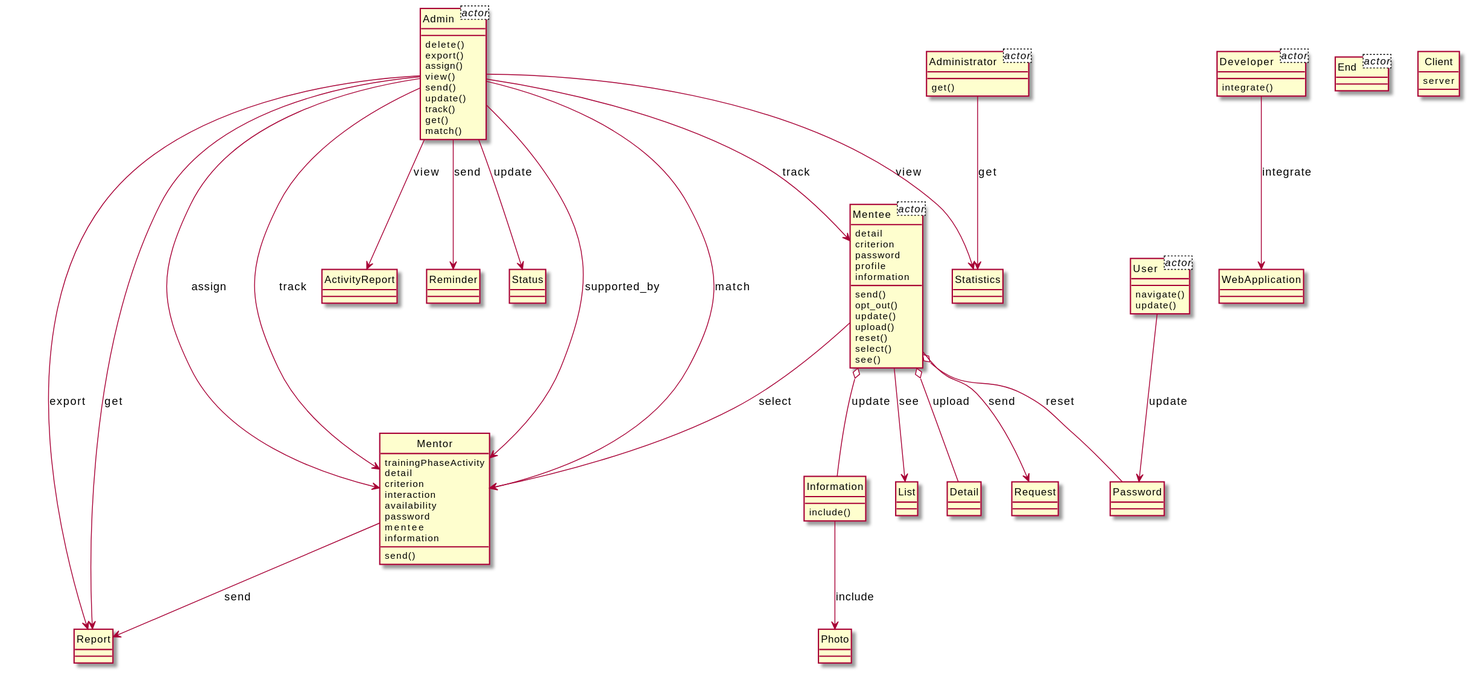
Earlier version of the PlantUML export output/diagram_5/2019-USC-Project13.svg (xixixhalu/DomainModelExtractor). Its diagram source:
```plantuml
@startuml
hide circle
class Admin<actor> {
}
class Mentee<actor> {
	detail
	criterion
	password
	profile
	information
}
class User<actor> {
}
class Developer<actor> {
}
class End<actor> {
}
class Administrator<actor> {
}
class Mentor {
	trainingPhaseActivity
	detail
	criterion
	interaction
	availability
	password
	mentee
	information
	send()
}
class Client {
	server
}
class Admin {
	delete()
	export()
	assign()
	view()
	send()
	update()
	track()
	get()
	match()
}
class Report {
}
class Developer {
	integrate()
}
class WebApplication {
}
class Mentee {
	send()
	opt_out()
	update()
	upload()
	reset()
	select()
	see()
}
class User {
	navigate()
	update()
}
class Password {
}
class Information {
	include()
}
class Detail {
}
class Request {
}
class Statistics {
}
class List {
}
class Administrator {
	get()
}
class ActivityReport {
}
class Photo {
}
class Reminder {
}
class Status {
}
Admin --> Mentee : track
Admin --> Report : get
Admin --> Mentor : match
Developer --> WebApplication : integrate
Admin --> ActivityReport : view
User --> Password : update
Mentee o-- Password : reset
Information --> Photo : include
Admin --> Mentor : supported_by
Admin --> Mentor : assign
Mentee o-- Information : update
Admin --> Reminder : send
Mentee o-- Detail : upload
Admin --> Status : update
Mentee --> Request : send
Admin --> Statistics : view
Admin --> Report : export
Mentee --> Mentor : select
Mentee --> List : see
Mentor --> Report : send
Administrator --> Statistics : get
Admin --> Mentor : track
@enduml
```
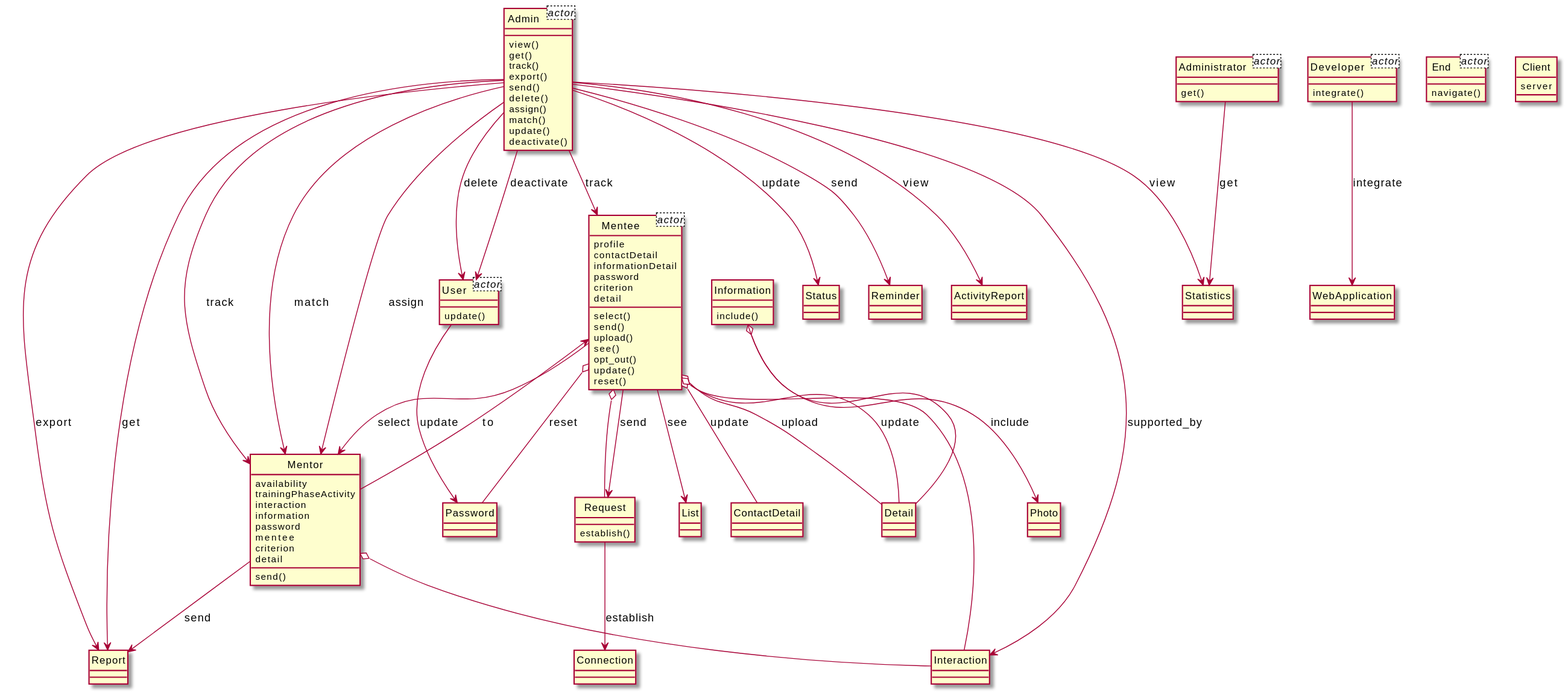
The same diagram one commit later.

Change to the diagram source:
```diff
@@ -3,11 +3,12 @@
 class Admin<actor> {
 }
 class Mentee<actor> {
+	profile
+	contactDetail
+	informationDetail
+	password
+	criterion
 	detail
-	criterion
-	password
-	profile
-	information
 }
 class User<actor> {
 }
@@ -18,94 +19,113 @@
 class Administrator<actor> {
 }
 class Mentor {
+	availability
 	trainingPhaseActivity
-	detail
-	criterion
 	interaction
-	availability
+	information
 	password
 	mentee
-	information
+	criterion
+	detail
 	send()
 }
 class Client {
 	server
 }
+class Interaction {
+}
 class Admin {
+	view()
+	get()
+	track()
+	export()
+	send()
 	delete()
-	export()
 	assign()
-	view()
+	match()
+	update()
+	deactivate()
+}
+class Mentee {
+	select()
 	send()
+	upload()
+	see()
+	opt_out()
 	update()
-	track()
-	get()
-	match()
+	reset()
 }
-class Report {
+class Status {
+}
+class ContactDetail {
 }
 class Developer {
 	integrate()
 }
-class WebApplication {
+class Detail {
 }
-class Mentee {
-	send()
-	opt_out()
-	update()
-	upload()
-	reset()
-	select()
-	see()
+class Reminder {
+}
+class ActivityReport {
+}
+class Password {
 }
 class User {
-	navigate()
 	update()
 }
-class Password {
+class Report {
+}
+class Request {
+	establish()
+}
+class Connection {
+}
+class WebApplication {
 }
 class Information {
 	include()
 }
-class Detail {
-}
-class Request {
-}
-class Statistics {
-}
-class List {
+class Photo {
 }
 class Administrator {
 	get()
 }
-class ActivityReport {
+class Statistics {
 }
-class Photo {
+class End {
+	navigate()
 }
-class Reminder {
+class List {
 }
-class Status {
-}
+Mentee o-- ContactDetail : update
+Mentee o-- Request
+Admin --> Report : export
+Information o-- Detail
+Admin --> Mentor : track
+Admin --> Mentor : match
+Mentor --> Report : send
+Mentee o-- Detail : update
+Admin --> User : deactivate
+User --> Password : update
+Admin --> Reminder : send
+Information --> Photo : include
+Admin --> ActivityReport : view
+Admin --> User : delete
+Mentee --> Mentor : select
+Mentee o-- Password : reset
+Administrator --> Statistics : get
+Admin --> Statistics : view
+Admin --> Report : get
+Mentee --> List : see
+Mentee o-- Detail : upload
+Admin --> Mentor : assign
 Admin --> Mentee : track
-Admin --> Report : get
-Admin --> Mentor : match
+Mentee --> Request : send
 Developer --> WebApplication : integrate
-Admin --> ActivityReport : view
-User --> Password : update
-Mentee o-- Password : reset
-Information --> Photo : include
-Admin --> Mentor : supported_by
-Admin --> Mentor : assign
-Mentee o-- Information : update
-Admin --> Reminder : send
-Mentee o-- Detail : upload
+Mentor o-- Interaction
+Admin --> Interaction : supported_by
 Admin --> Status : update
-Mentee --> Request : send
-Admin --> Statistics : view
-Admin --> Report : export
-Mentee --> Mentor : select
-Mentee --> List : see
-Mentor --> Report : send
-Administrator --> Statistics : get
-Admin --> Mentor : track
+Mentee o-- Interaction
+Request --> Connection : establish
+Mentor --> Mentee : to
 @enduml
```
